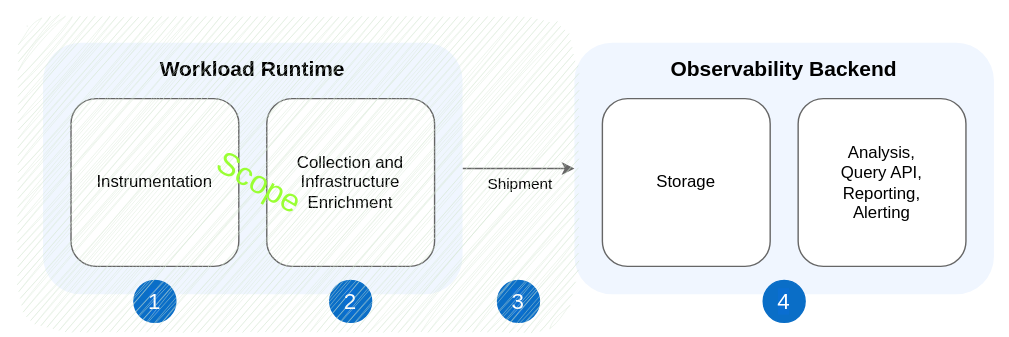
This is docs/user/assets/telemetry-stages.drawio.svg from kyma-project/telemetry-manager, a draw.io export, as it was before one commit. Source tidied: cells renumbered, new cells last; positions are measured from the earlier drawing's top-left corner, leaving out a move shared by most shapes.
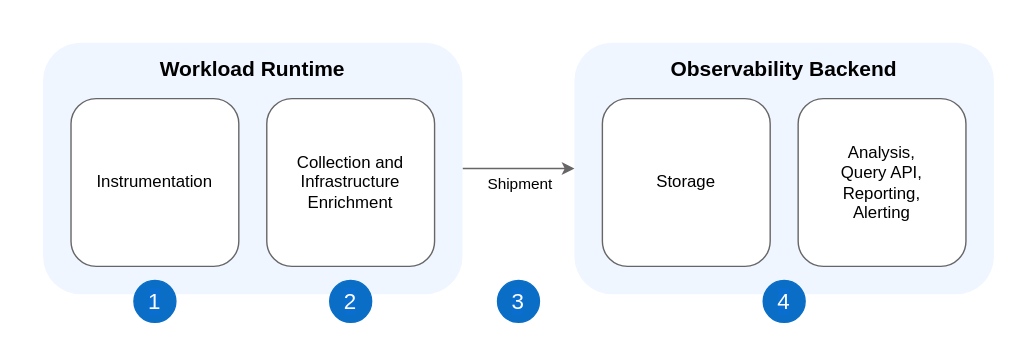
After the commit.

What changed in the source:
```diff
@@ -43,11 +43,5 @@
     <mxCell id="14" value="&lt;font style=&quot;font-size: 16px&quot;&gt;4&lt;/font&gt;" style="ellipse;whiteSpace=wrap;html=1;labelBackgroundColor=#0A6ED1;fontColor=#FFFFFF;fillColor=#0A6EC7;strokeColor=#0A6EC7;" parent="1" vertex="1">
       <mxGeometry x="545" y="200" width="30" height="30" as="geometry" />
     </mxCell>
-    <mxCell id="15" style="rounded=1;whiteSpace=wrap;html=1;strokeColor=none;sketch=1;curveFitting=1;jiggle=2;opacity=60;fillColor=#d5e8d4;" parent="1" vertex="1">
-      <mxGeometry x="10" y="10" width="400" height="225" as="geometry" />
-    </mxCell>
-    <mxCell id="16" value="Scope" style="text;html=1;strokeColor=none;fillColor=none;align=center;verticalAlign=middle;whiteSpace=wrap;rounded=0;sketch=1;rotation=30;labelBorderColor=none;fontColor=#99FF33;fontSize=23;" parent="1" vertex="1">
-      <mxGeometry x="135" y="105" width="100" height="50" as="geometry" />
-    </mxCell>
   </root>
 </mxGraphModel>
```
